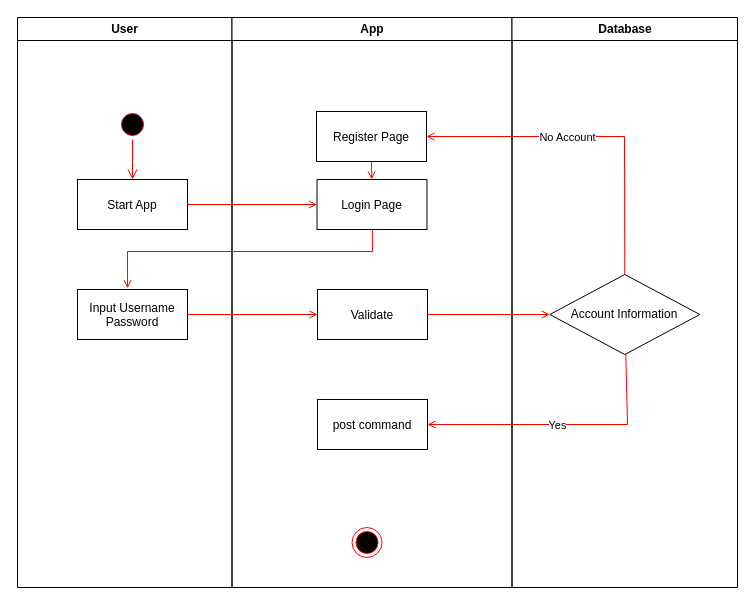
The draw.io diagram PAM_UML_ACTIVITY.drawio in MFaisal00359/Kamu-nanyeaa, before the edit. Source tidied: cells renumbered, new cells numbered last; positions are measured from the earlier drawing's top-left corner, leaving out a move shared by most shapes. Both pictures are drawn from the tidied source at 100%, with x=0, y=0 at pixel (17, 17).
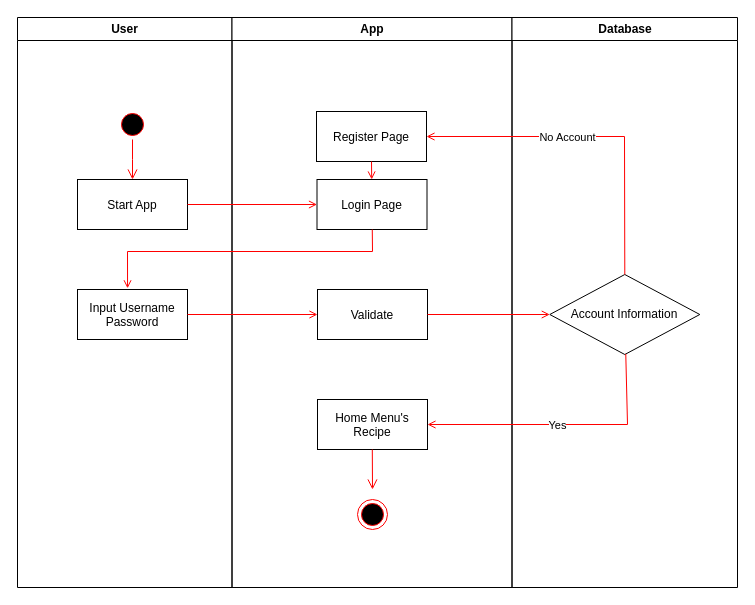
After the change.

Unchanged cells that the change refers to:
```xml
<mxCell id="3" value="App" style="swimlane;whiteSpace=wrap;startSize=23;" parent="1" vertex="1">
  <mxGeometry x="214.5" width="280" height="570" as="geometry" />
</mxCell>
```

Change to the diagram source:
```diff
@@
     <mxCell id="4" style="ellipse;shape=endState;fillColor=#000000;strokeColor=#ff0000;" parent="3" vertex="1">
-      <mxGeometry x="120" y="510" width="30" height="30" as="geometry" />
+      <mxGeometry x="125.5" y="482" width="30" height="30" as="geometry" />
     </mxCell>
@@
-    <mxCell id="15" value="post command" parent="3" vertex="1">
+    <mxCell id="15" value="Home Menu's&#10;Recipe" parent="3" vertex="1">
       <mxGeometry x="85.5" y="382" width="110" height="50" as="geometry" />
     </mxCell>
@@
+    <mxCell id="24" style="edgeStyle=elbowEdgeStyle;elbow=horizontal;verticalAlign=bottom;endArrow=open;endSize=8;strokeColor=#FF0000;endFill=1;rounded=0;" parent="3" edge="1">
+      <mxGeometry x="-114.5" y="40" as="geometry">
+        <mxPoint x="140.3" y="432" as="sourcePoint" />
+        <mxPoint x="140.3" y="472" as="targetPoint" />
+      </mxGeometry>
+    </mxCell>
```
